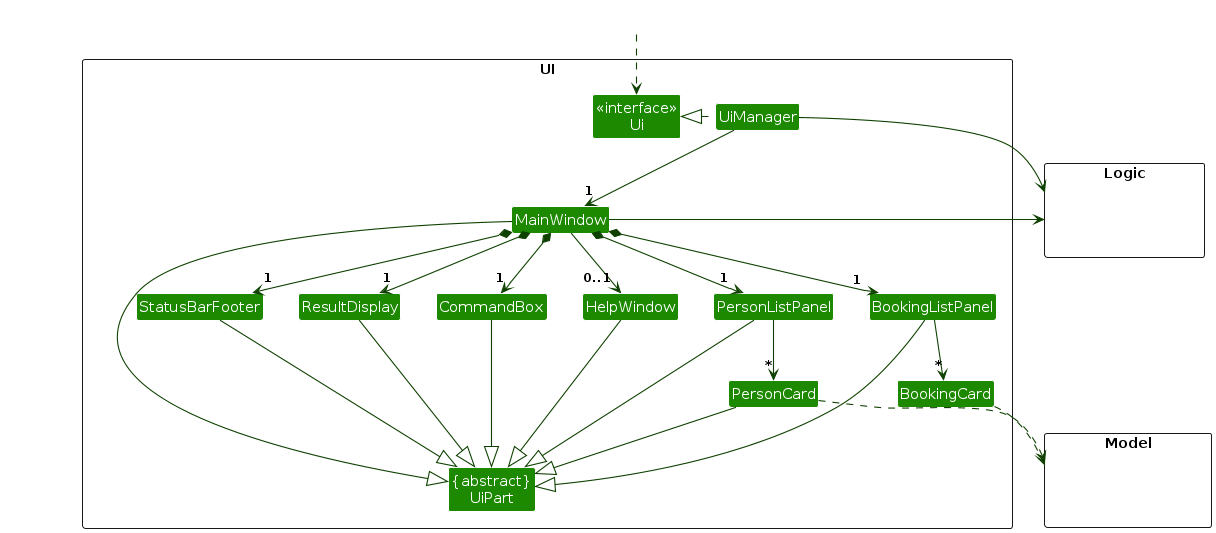
The PlantUML diagram diagrams/UiClassDiagram.png in AY2526S1-CS2103T-T08-1/tp, before a commit. Its source is kept beside it as diagrams/UiClassDiagram.puml.
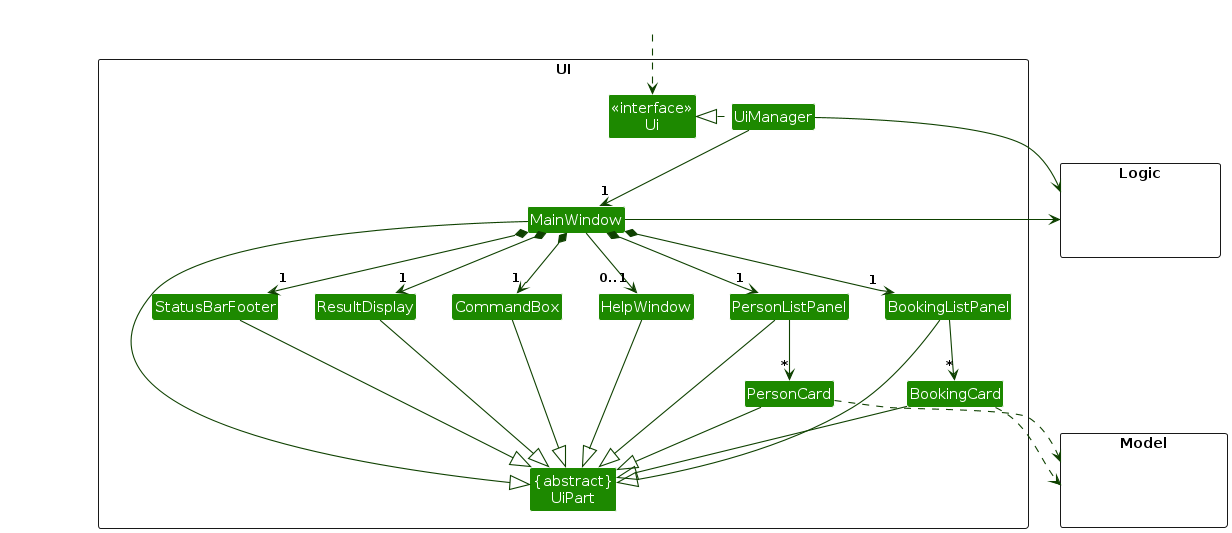
After the commit.

Change to the diagram source:
```diff
@@ -35,7 +35,7 @@
 MainWindow *-down->  "1" CommandBox
 MainWindow *-down-> "1" ResultDisplay
 MainWindow *-down-> "1" PersonListPanel
-MainWindow *-down-> "1" BookingListPanel
+MainWindow *-right-> "1" BookingListPanel
 MainWindow *-down-> "1" StatusBarFooter
 MainWindow --> "0..1" HelpWindow
 
@@ -49,11 +49,15 @@
 PersonListPanel --|> UiPart
 BookingListPanel --|> UiPart
 PersonCard --|> UiPart
+BookingCard --|> UiPart
 StatusBarFooter --|> UiPart
 HelpWindow --|> UiPart
 
+
+
 PersonCard ..> Model
 BookingCard ..> Model
+BookingCard .[hidden].> Model
 UiManager -right-> Logic
 MainWindow -left-> Logic
 
@@ -63,6 +67,8 @@
 HelpWindow -[hidden]left- CommandBox
 CommandBox -[hidden]left- ResultDisplay
 ResultDisplay -[hidden]left- StatusBarFooter
+PersonListPanel -[hidden]right- BookingListPanel
+PersonCard -[hidden]right- BookingCard
 
 MainWindow -[hidden]-|> UiPart
 @enduml
```
